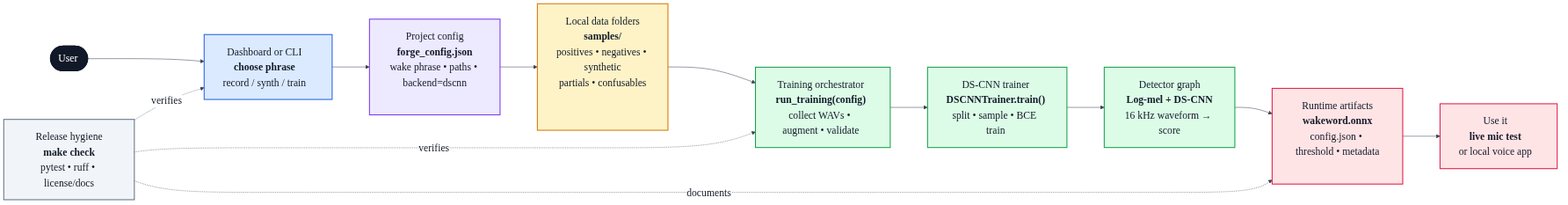
Above: docs/architecture.png in H-Ali13381/wakeword-forge (Mermaid), before the change. Its source is kept beside it as docs/architecture.mmd.
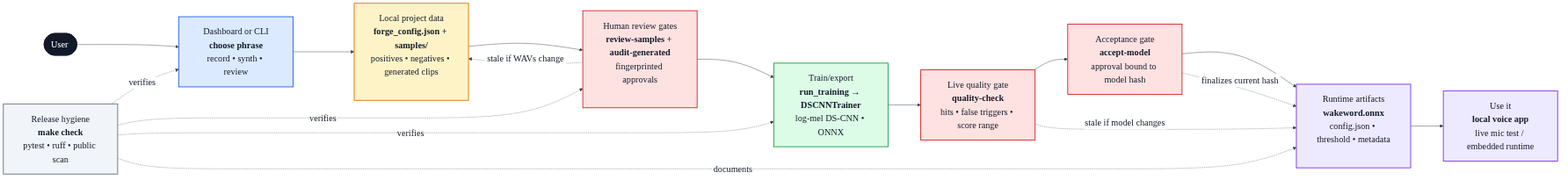
After the change.

What changed in the source:
```diff
@@ -2,33 +2,37 @@
 flowchart LR
     U([User])
 
-    UI["Dashboard or CLI<br/><b>choose phrase</b><br/>record / synth / train"]
-    CFG["Project config<br/><b>forge_config.json</b><br/>wake phrase • paths • backend=dscnn"]
-    DATA["Local data folders<br/><b>samples/</b><br/>positives • negatives • synthetic<br/>partials • confusables"]
-    TRAIN["Training orchestrator<br/><b>run_training(config)</b><br/>collect WAVs • augment • validate"]
-    DSCNN["DS-CNN trainer<br/><b>DSCNNTrainer.train()</b><br/>split • sample • BCE train"]
-    MODEL["Detector graph<br/><b>Log-mel + DS-CNN</b><br/>16 kHz waveform → score"]
+    UI["Dashboard or CLI<br/><b>choose phrase</b><br/>record • synth • review"]
+    DATA["Local project data<br/><b>forge_config.json + samples/</b><br/>positives • negatives • generated clips"]
+    REVIEW["Human review gates<br/><b>review-samples + audit-generated</b><br/>fingerprinted approvals"]
+    TRAIN["Train/export<br/><b>run_training → DSCNNTrainer</b><br/>log-mel DS-CNN • ONNX"]
+    QC["Live quality gate<br/><b>quality-check</b><br/>hits • false triggers • score range"]
+    ACCEPT["Acceptance gate<br/><b>accept-model</b><br/>approval bound to model hash"]
     OUT["Runtime artifacts<br/><b>wakeword.onnx</b><br/>config.json • threshold • metadata"]
-    USE["Use it<br/><b>live mic test</b><br/>or local voice app"]
-    QA["Release hygiene<br/><b>make check</b><br/>pytest • ruff • license/docs"]
+    USE["Use it<br/><b>local voice app</b><br/>live mic test / embedded runtime"]
+    QA["Release hygiene<br/><b>make check</b><br/>pytest • ruff • public scan"]
 
-    U --> UI --> CFG --> DATA --> TRAIN --> DSCNN --> MODEL --> OUT --> USE
+    U --> UI --> DATA --> REVIEW --> TRAIN --> QC --> ACCEPT --> OUT --> USE
+    REVIEW -. stale if WAVs change .-> DATA
+    QC -. stale if model changes .-> OUT
+    ACCEPT -. finalizes current hash .-> OUT
     QA -. verifies .-> UI
+    QA -. verifies .-> REVIEW
     QA -. verifies .-> TRAIN
     QA -. documents .-> OUT
 
     classDef user fill:#111827,stroke:#111827,color:#ffffff,stroke-width:2px
     classDef interface fill:#dbeafe,stroke:#2563eb,color:#111827,stroke-width:2px
-    classDef state fill:#ede9fe,stroke:#7c3aed,color:#111827,stroke-width:2px
     classDef data fill:#fef3c7,stroke:#d97706,color:#111827,stroke-width:2px
+    classDef gate fill:#fee2e2,stroke:#dc2626,color:#111827,stroke-width:2px
     classDef train fill:#dcfce7,stroke:#16a34a,color:#111827,stroke-width:2px
-    classDef output fill:#ffe4e6,stroke:#e11d48,color:#111827,stroke-width:2px
+    classDef output fill:#ede9fe,stroke:#7c3aed,color:#111827,stroke-width:2px
     classDef verify fill:#f1f5f9,stroke:#64748b,color:#111827,stroke-width:2px
 
     class U user
     class UI interface
-    class CFG state
     class DATA data
-    class TRAIN,DSCNN,MODEL train
+    class REVIEW,QC,ACCEPT gate
+    class TRAIN train
     class OUT,USE output
     class QA verify
```
